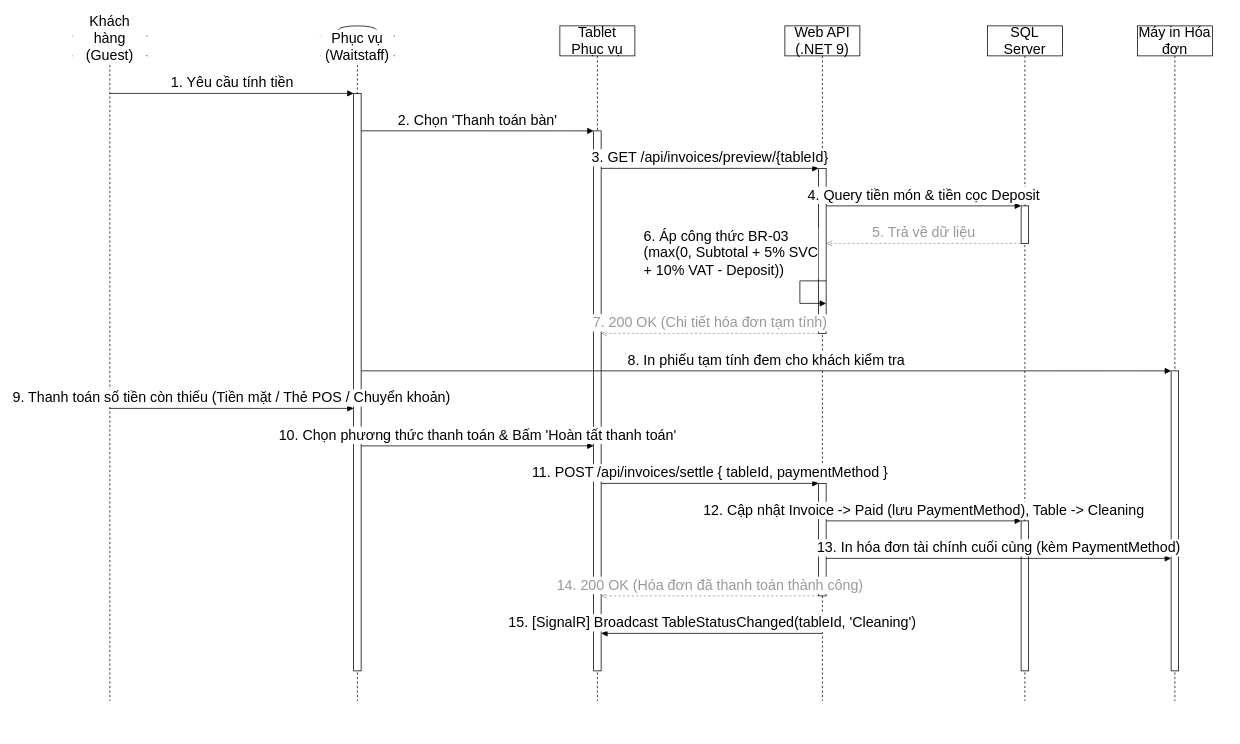
The draw.io diagram docs/phase1/drawio/sd04_invoice_settlement.drawio in AndrewQng/VinDining, before the edit. Source tidied: cells renumbered, new cells numbered last; positions are measured from the earlier drawing's top-left corner, leaving out a move shared by most shapes. Both pictures are drawn from the tidied source at 75%, with x=0, y=0 at pixel (72, 26).
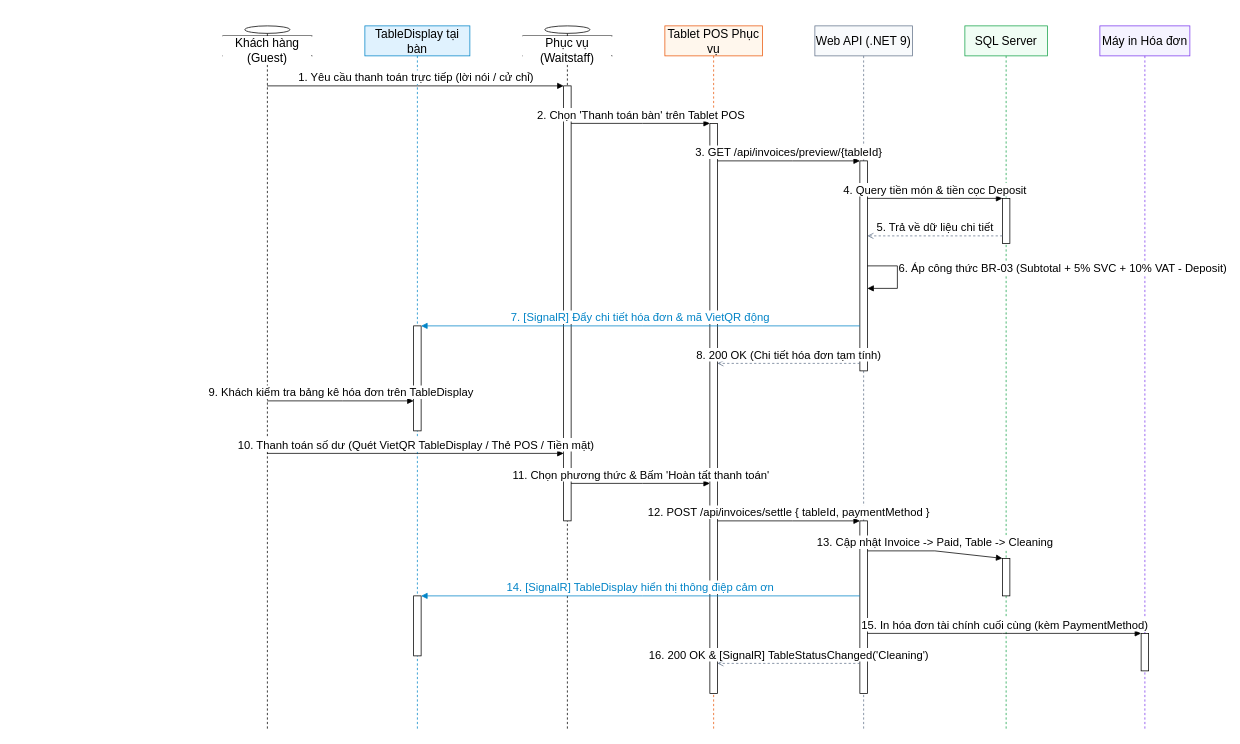
The same diagram, later.

What changed in the source:
```diff
@@
-    <mxCell id="2" value="Khách hàng (Guest)" style="shape=umlLifeline;perimeter=lifelinePerimeter;whiteSpace=wrap;html=1;outlineConnect=0;portConstraint=eastwest;size=40;participant=umlActor;verticalAlign=bottom;spacingBottom=-14;labelBackgroundColor=#ffffff;fontSize=19;" parent="1" vertex="1">
-      <mxGeometry width="100" height="900" as="geometry" />
+    <mxCell id="2" value="Khách hàng (Guest)" style="shape=umlLifeline;perimeter=lifelinePerimeter;whiteSpace=wrap;html=1;outlineConnect=0;portConstraint=eastwest;size=40;participant=umlActor;verticalAlign=bottom;spacingBottom=-14;labelBackgroundColor=#ffffff;fontSize=16;" parent="1" vertex="1">
+      <mxGeometry x="200" width="120" height="940" as="geometry" />
     </mxCell>
+    <mxCell id="30" value="TableDisplay tại bàn" style="shape=umlLifeline;perimeter=lifelinePerimeter;whiteSpace=wrap;html=1;size=40;fontSize=16;fillColor=#e0f2fe;strokeColor=#0284c7;" parent="1" vertex="1">
+      <mxGeometry x="390" width="140" height="940" as="geometry" />
+    </mxCell>
+    <mxCell id="31" style="html=1;points=[];perimeter=orthogonalPerimeter;outlineConnect=0;fillColor=#ffffff;fontSize=16;" parent="30" vertex="1">
+      <mxGeometry x="65" y="400" width="10" height="140" as="geometry" />
+    </mxCell>
+    <mxCell id="32" style="html=1;points=[];perimeter=orthogonalPerimeter;outlineConnect=0;fillColor=#ffffff;fontSize=16;" parent="30" vertex="1">
+      <mxGeometry x="65" y="760" width="10" height="80" as="geometry" />
+    </mxCell>
-    <mxCell id="3" value="Phục vụ (Waitstaff)" style="shape=umlLifeline;perimeter=lifelinePerimeter;whiteSpace=wrap;html=1;size=40;participant=umlActor;verticalAlign=bottom;spacingBottom=-14;labelBackgroundColor=#ffffff;fontSize=19;" parent="1" vertex="1">
-      <mxGeometry x="330" width="100" height="900" as="geometry" />
+    <mxCell id="3" value="Phục vụ (Waitstaff)" style="shape=umlLifeline;perimeter=lifelinePerimeter;whiteSpace=wrap;html=1;size=40;participant=umlActor;verticalAlign=bottom;spacingBottom=-14;labelBackgroundColor=#ffffff;fontSize=16;" parent="1" vertex="1">
+      <mxGeometry x="600" width="120" height="940" as="geometry" />
     </mxCell>
-    <mxCell id="4" style="html=1;points=[];perimeter=orthogonalPerimeter;outlineConnect=0;fillColor=#ffffff;fontSize=19;" parent="3" vertex="1">
-      <mxGeometry x="45" y="90" width="10" height="770" as="geometry" />
-    </mxCell>
+    <mxCell id="33" style="html=1;points=[];perimeter=orthogonalPerimeter;outlineConnect=0;fillColor=#ffffff;fontSize=16;" parent="3" vertex="1">
+      <mxGeometry x="55" y="80" width="10" height="580" as="geometry" />
+    </mxCell>
-    <mxCell id="5" value="Tablet Phục vụ" style="shape=umlLifeline;perimeter=lifelinePerimeter;whiteSpace=wrap;html=1;size=40;fontSize=19;" parent="1" vertex="1">
-      <mxGeometry x="650" width="100" height="900" as="geometry" />
+    <mxCell id="5" value="Tablet POS Phục vụ" style="shape=umlLifeline;perimeter=lifelinePerimeter;whiteSpace=wrap;html=1;size=40;fontSize=16;fillColor=#fff7ed;strokeColor=#ea580c;" parent="1" vertex="1">
+      <mxGeometry x="790" width="130" height="940" as="geometry" />
     </mxCell>
-    <mxCell id="6" style="html=1;points=[];perimeter=orthogonalPerimeter;outlineConnect=0;fillColor=#ffffff;fontSize=19;" parent="5" vertex="1">
-      <mxGeometry x="45" y="140" width="10" height="720" as="geometry" />
-    </mxCell>
+    <mxCell id="34" style="html=1;points=[];perimeter=orthogonalPerimeter;outlineConnect=0;fillColor=#ffffff;fontSize=16;" parent="5" vertex="1">
+      <mxGeometry x="60" y="130" width="10" height="760" as="geometry" />
+    </mxCell>
-    <mxCell id="7" value="Web API (.NET 9)" style="shape=umlLifeline;perimeter=lifelinePerimeter;whiteSpace=wrap;html=1;outlineConnect=0;portConstraint=eastwest;size=40;fontSize=19;" parent="1" vertex="1">
-      <mxGeometry x="950" width="100" height="900" as="geometry" />
+    <mxCell id="7" value="Web API (.NET 9)" style="shape=umlLifeline;perimeter=lifelinePerimeter;whiteSpace=wrap;html=1;outlineConnect=0;portConstraint=eastwest;size=40;fontSize=16;fillColor=#f8fafc;strokeColor=#64748b;" parent="1" vertex="1">
+      <mxGeometry x="990" width="130" height="940" as="geometry" />
     </mxCell>
-    <mxCell id="8" style="html=1;points=[];perimeter=orthogonalPerimeter;outlineConnect=0;fillColor=#ffffff;fontSize=19;" parent="7" vertex="1">
-      <mxGeometry x="45" y="190" width="10" height="220" as="geometry" />
-    </mxCell>
-    <mxCell id="9" style="html=1;points=[];perimeter=orthogonalPerimeter;outlineConnect=0;fillColor=#ffffff;fontSize=19;" parent="7" vertex="1">
-      <mxGeometry x="45" y="610" width="10" height="150" as="geometry" />
-    </mxCell>
+    <mxCell id="35" style="html=1;points=[];perimeter=orthogonalPerimeter;outlineConnect=0;fillColor=#ffffff;fontSize=16;" parent="7" vertex="1">
+      <mxGeometry x="60" y="180" width="10" height="280" as="geometry" />
+    </mxCell>
+    <mxCell id="36" style="html=1;points=[];perimeter=orthogonalPerimeter;outlineConnect=0;fillColor=#ffffff;fontSize=16;" parent="7" vertex="1">
+      <mxGeometry x="60" y="660" width="10" height="230" as="geometry" />
+    </mxCell>
-    <mxCell id="10" value="SQL Server" style="shape=umlLifeline;perimeter=lifelinePerimeter;whiteSpace=wrap;html=1;size=40;fontSize=19;" parent="1" vertex="1">
-      <mxGeometry x="1220" width="100" height="900" as="geometry" />
+    <mxCell id="10" value="SQL Server" style="shape=umlLifeline;perimeter=lifelinePerimeter;whiteSpace=wrap;html=1;size=40;fontSize=16;fillColor=#f0fdf4;strokeColor=#16a34a;" parent="1" vertex="1">
+      <mxGeometry x="1190" width="110" height="940" as="geometry" />
     </mxCell>
-    <mxCell id="11" style="html=1;points=[];perimeter=orthogonalPerimeter;outlineConnect=0;fillColor=#ffffff;fontSize=19;" parent="10" vertex="1">
-      <mxGeometry x="45" y="240" width="10" height="50" as="geometry" />
-    </mxCell>
-    <mxCell id="12" style="html=1;points=[];perimeter=orthogonalPerimeter;outlineConnect=0;fillColor=#ffffff;fontSize=19;" parent="10" vertex="1">
-      <mxGeometry x="45" y="660" width="10" height="200" as="geometry" />
-    </mxCell>
+    <mxCell id="37" style="html=1;points=[];perimeter=orthogonalPerimeter;outlineConnect=0;fillColor=#ffffff;fontSize=16;" parent="10" vertex="1">
+      <mxGeometry x="50" y="230" width="10" height="60" as="geometry" />
+    </mxCell>
+    <mxCell id="38" style="html=1;points=[];perimeter=orthogonalPerimeter;outlineConnect=0;fillColor=#ffffff;fontSize=16;" parent="10" vertex="1">
+      <mxGeometry x="50" y="710" width="10" height="50" as="geometry" />
+    </mxCell>
-    <mxCell id="13" value="Máy in Hóa đơn" style="shape=umlLifeline;perimeter=lifelinePerimeter;whiteSpace=wrap;html=1;size=40;fontSize=19;" parent="1" vertex="1">
-      <mxGeometry x="1420" width="100" height="900" as="geometry" />
+    <mxCell id="13" value="Máy in Hóa đơn" style="shape=umlLifeline;perimeter=lifelinePerimeter;whiteSpace=wrap;html=1;size=40;fontSize=16;fillColor=#f5f3ff;strokeColor=#7c3aed;" parent="1" vertex="1">
+      <mxGeometry x="1370" width="120" height="940" as="geometry" />
     </mxCell>
-    <mxCell id="14" style="html=1;points=[];perimeter=orthogonalPerimeter;outlineConnect=0;fillColor=#ffffff;fontSize=19;" parent="13" vertex="1">
-      <mxGeometry x="45" y="460" width="10" height="400" as="geometry" />
-    </mxCell>
+    <mxCell id="39" style="html=1;points=[];perimeter=orthogonalPerimeter;outlineConnect=0;fillColor=#ffffff;fontSize=16;" parent="13" vertex="1">
+      <mxGeometry x="55" y="810" width="10" height="50" as="geometry" />
+    </mxCell>
-    <mxCell id="15" value="1. Yêu cầu tính tiền" style="html=1;verticalAlign=bottom;endArrow=block;curved=0;rounded=0;exitX=0.5;exitY=0.1;entryX=0;entryY=0.0;fontSize=19;" parent="1" edge="1" source="2" target="4">
-      <mxGeometry relative="1" as="geometry" />
+    <mxCell id="15" value="1. Yêu cầu thanh toán trực tiếp (lời nói / cử chỉ)" style="html=1;verticalAlign=bottom;endArrow=block;curved=0;rounded=0;fontSize=15;" parent="1" edge="1" source="2" target="33">
+      <mxGeometry relative="1" as="geometry">
+        <Array as="points">
+          <mxPoint x="460" y="80" />
+        </Array>
+      </mxGeometry>
     </mxCell>
-    <mxCell id="16" value="2. Chọn 'Thanh toán bàn'" style="html=1;verticalAlign=bottom;endArrow=block;curved=0;rounded=0;exitX=1;exitY=0.0649;entryX=0;entryY=0.0;fontSize=19;" parent="1" edge="1" source="4" target="6">
-      <mxGeometry relative="1" as="geometry" />
+    <mxCell id="16" value="2. Chọn 'Thanh toán bàn' trên Tablet POS" style="html=1;verticalAlign=bottom;endArrow=block;curved=0;rounded=0;fontSize=15;" parent="1" edge="1" source="33" target="34">
+      <mxGeometry relative="1" as="geometry">
+        <Array as="points">
+          <mxPoint x="760" y="130" />
+        </Array>
+      </mxGeometry>
     </mxCell>
-    <mxCell id="17" value="3. GET /api/invoices/preview/{tableId}" style="html=1;verticalAlign=bottom;endArrow=block;curved=0;rounded=0;exitX=1;exitY=0.0694;entryX=0;entryY=0.0;fontSize=19;" parent="1" edge="1" source="6" target="8">
-      <mxGeometry relative="1" as="geometry" />
+    <mxCell id="17" value="3. GET /api/invoices/preview/{tableId}" style="html=1;verticalAlign=bottom;endArrow=block;curved=0;rounded=0;fontSize=15;" parent="1" edge="1" source="34" target="35">
+      <mxGeometry relative="1" as="geometry">
+        <Array as="points">
+          <mxPoint x="960" y="180" />
+        </Array>
+      </mxGeometry>
     </mxCell>
-    <mxCell id="18" value="4. Query tiền món &amp;amp; tiền cọc Deposit" style="html=1;verticalAlign=bottom;endArrow=block;curved=0;rounded=0;exitX=1;exitY=0.2273;entryX=0;entryY=0.0;fontSize=19;" parent="1" edge="1" source="8" target="11">
-      <mxGeometry relative="1" as="geometry" />
+    <mxCell id="18" value="4. Query tiền món &amp;amp; tiền cọc Deposit" style="html=1;verticalAlign=bottom;endArrow=block;curved=0;rounded=0;fontSize=15;" parent="1" edge="1" source="35" target="37">
+      <mxGeometry relative="1" as="geometry">
+        <Array as="points">
+          <mxPoint x="1150" y="230" />
+        </Array>
+      </mxGeometry>
     </mxCell>
-    <mxCell id="19" value="5. Trả về dữ liệu" style="html=1;verticalAlign=bottom;endArrow=open;dashed=1;curved=0;rounded=0;strokeColor=#999999;fontColor=#999999;exitX=0;exitY=1.0;entryX=1;entryY=0.4545;fontSize=19;" parent="1" edge="1" source="11" target="8">
-      <mxGeometry relative="1" as="geometry" />
+    <mxCell id="19" value="5. Trả về dữ liệu chi tiết" style="html=1;verticalAlign=bottom;endArrow=open;dashed=1;curved=0;rounded=0;strokeColor=#64748b;fontSize=15;" parent="1" edge="1" source="37" target="35">
+      <mxGeometry relative="1" as="geometry">
+        <Array as="points">
+          <mxPoint x="1150" y="280" />
+        </Array>
+      </mxGeometry>
     </mxCell>
-    <mxCell id="20" value="6. Áp công thức BR-03&amp;nbsp;&lt;div&gt;(max(0, Subtotal + 5% SVC&lt;/div&gt;&lt;div&gt;+ 10% VAT - Deposit))&lt;/div&gt;" style="html=1;verticalAlign=bottom;endArrow=block;curved=0;rounded=0;exitX=1;exitY=0.6818;entryX=1;entryY=0.8182;fontSize=19;align=left;" parent="1" edge="1" source="8" target="8">
-      <mxGeometry x="-0.3" y="-210" relative="1" as="geometry">
+    <mxCell id="20" value="6. Áp công thức BR-03 (Subtotal + 5% SVC + 10% VAT - Deposit)" style="html=1;verticalAlign=bottom;endArrow=block;curved=0;rounded=0;fontSize=15;align=left;" parent="1" edge="1" source="35" target="35">
+      <mxGeometry relative="1" as="geometry">
         <Array as="points">
-          <mxPoint x="970" y="340" />
-          <mxPoint x="970" y="370" />
+          <mxPoint x="1100" y="320" />
+          <mxPoint x="1100" y="350" />
         </Array>
       </mxGeometry>
     </mxCell>
-    <mxCell id="21" value="7. 200 OK (Chi tiết hóa đơn tạm tính)" style="html=1;verticalAlign=bottom;endArrow=open;dashed=1;curved=0;rounded=0;strokeColor=#999999;fontColor=#999999;exitX=0;exitY=1.0;entryX=1;entryY=0.375;fontSize=19;" parent="1" edge="1" source="8" target="6">
-      <mxGeometry relative="1" as="geometry" />
+    <mxCell id="21" value="7. [SignalR] Đẩy chi tiết hóa đơn &amp;amp; mã VietQR động" style="html=1;verticalAlign=bottom;endArrow=block;curved=0;rounded=0;strokeColor=#0284c7;fontColor=#0284c7;fontSize=15;" parent="1" edge="1" source="35" target="31">
+      <mxGeometry relative="1" as="geometry">
+        <Array as="points">
+          <mxPoint x="760" y="400" />
+        </Array>
+      </mxGeometry>
     </mxCell>
-    <mxCell id="22" value="8. In phiếu tạm tính đem cho khách kiểm tra" style="html=1;verticalAlign=bottom;endArrow=block;curved=0;rounded=0;exitX=1;exitY=0.4805;entryX=0;entryY=0.0;fontSize=19;" parent="1" edge="1" source="4" target="14">
-      <mxGeometry relative="1" as="geometry" />
+    <mxCell id="22" value="8. 200 OK (Chi tiết hóa đơn tạm tính)" style="html=1;verticalAlign=bottom;endArrow=open;dashed=1;curved=0;rounded=0;strokeColor=#64748b;fontSize=15;" parent="1" edge="1" source="35" target="34">
+      <mxGeometry relative="1" as="geometry">
+        <Array as="points">
+          <mxPoint x="960" y="450" />
+        </Array>
+      </mxGeometry>
     </mxCell>
-    <mxCell id="23" value="9. Thanh toán số tiền còn thiếu (Tiền mặt / Thẻ POS / Chuyển khoản)" style="html=1;verticalAlign=bottom;endArrow=block;curved=0;rounded=0;exitX=0.5;exitY=0.5667;entryX=0;entryY=0.5455;fontSize=19;" parent="1" edge="1" source="2" target="4">
-      <mxGeometry relative="1" as="geometry" />
+    <mxCell id="23" value="9. Khách kiểm tra bảng kê hóa đơn trên TableDisplay" style="html=1;verticalAlign=bottom;endArrow=block;curved=0;rounded=0;fontSize=15;" parent="1" edge="1" source="2" target="31">
+      <mxGeometry relative="1" as="geometry">
+        <Array as="points">
+          <mxPoint x="360" y="500" />
+        </Array>
+      </mxGeometry>
     </mxCell>
-    <mxCell id="24" value="10. Chọn phương thức thanh toán &amp;amp; Bấm 'Hoàn tất thanh toán'" style="html=1;verticalAlign=bottom;endArrow=block;curved=0;rounded=0;exitX=1;exitY=0.6104;entryX=0;entryY=0.5833;fontSize=19;" parent="1" edge="1" source="4" target="6">
-      <mxGeometry relative="1" as="geometry" />
+    <mxCell id="24" value="10. Thanh toán số dư (Quét VietQR TableDisplay / Thẻ POS / Tiền mặt)" style="html=1;verticalAlign=bottom;endArrow=block;curved=0;rounded=0;fontSize=15;" parent="1" edge="1" source="2" target="33">
+      <mxGeometry relative="1" as="geometry">
+        <Array as="points">
+          <mxPoint x="460" y="570" />
+        </Array>
+      </mxGeometry>
     </mxCell>
-    <mxCell id="25" value="11. POST /api/invoices/settle { tableId, paymentMethod }" style="html=1;verticalAlign=bottom;endArrow=block;curved=0;rounded=0;exitX=1;exitY=0.6528;entryX=0;entryY=0.0;fontSize=19;" parent="1" edge="1" source="6" target="9">
-      <mxGeometry relative="1" as="geometry" />
+    <mxCell id="25" value="11. Chọn phương thức &amp;amp; Bấm 'Hoàn tất thanh toán'" style="html=1;verticalAlign=bottom;endArrow=block;curved=0;rounded=0;fontSize=15;" parent="1" edge="1" source="33" target="34">
+      <mxGeometry relative="1" as="geometry">
+        <Array as="points">
+          <mxPoint x="760" y="610" />
+        </Array>
+      </mxGeometry>
     </mxCell>
-    <mxCell id="26" value="12. Cập nhật Invoice -&amp;gt; Paid (lưu PaymentMethod), Table -&amp;gt; Cleaning" style="html=1;verticalAlign=bottom;endArrow=block;curved=0;rounded=0;exitX=1;exitY=0.3333;entryX=0;entryY=0.0;fontSize=19;" parent="1" edge="1" source="9" target="12">
-      <mxGeometry relative="1" as="geometry" />
+    <mxCell id="26" value="12. POST /api/invoices/settle { tableId, paymentMethod }" style="html=1;verticalAlign=bottom;endArrow=block;curved=0;rounded=0;fontSize=15;" parent="1" edge="1" source="34" target="36">
+      <mxGeometry relative="1" as="geometry">
+        <Array as="points">
+          <mxPoint x="960" y="660" />
+        </Array>
+      </mxGeometry>
     </mxCell>
-    <mxCell id="27" value="13. In hóa đơn tài chính cuối cùng (kèm PaymentMethod)" style="html=1;verticalAlign=bottom;endArrow=block;curved=0;rounded=0;exitX=1;exitY=0.6667;entryX=0;entryY=0.625;fontSize=19;" parent="1" edge="1" source="9" target="14">
-      <mxGeometry relative="1" as="geometry" />
+    <mxCell id="27" value="13. Cập nhật Invoice -&gt; Paid, Table -&gt; Cleaning" style="html=1;verticalAlign=bottom;endArrow=block;curved=0;rounded=0;fontSize=15;" parent="1" edge="1" source="36" target="38">
+      <mxGeometry relative="1" as="geometry">
+        <Array as="points">
+          <mxPoint x="1150" y="700" />
+        </Array>
+      </mxGeometry>
     </mxCell>
-    <mxCell id="28" value="14. 200 OK (Hóa đơn đã thanh toán thành công)" style="html=1;verticalAlign=bottom;endArrow=open;dashed=1;curved=0;rounded=0;strokeColor=#999999;fontColor=#999999;exitX=0;exitY=1.0;entryX=1;entryY=0.8611;fontSize=19;" parent="1" edge="1" source="9" target="6">
-      <mxGeometry relative="1" as="geometry" />
+    <mxCell id="28" value="14. [SignalR] TableDisplay hiển thị thông điệp cảm ơn" style="html=1;verticalAlign=bottom;endArrow=block;curved=0;rounded=0;strokeColor=#0284c7;fontColor=#0284c7;fontSize=15;" parent="1" edge="1" source="36" target="32">
+      <mxGeometry relative="1" as="geometry">
+        <Array as="points">
+          <mxPoint x="760" y="760" />
+        </Array>
+      </mxGeometry>
     </mxCell>
-    <mxCell id="29" value="15. [SignalR] Broadcast TableStatusChanged(tableId, 'Cleaning')" style="html=1;verticalAlign=bottom;endArrow=block;curved=0;rounded=0;exitX=0.5;exitY=0.9;entryX=1;entryY=0.9306;fontSize=19;" parent="1" edge="1" source="7" target="6">
-      <mxGeometry relative="1" as="geometry" />
+    <mxCell id="29" value="15. In hóa đơn tài chính cuối cùng (kèm PaymentMethod)" style="html=1;verticalAlign=bottom;endArrow=block;curved=0;rounded=0;fontSize=15;" parent="1" edge="1" source="36" target="39">
+      <mxGeometry relative="1" as="geometry">
+        <Array as="points">
+          <mxPoint x="1240" y="810" />
+        </Array>
+      </mxGeometry>
     </mxCell>
+    <mxCell id="40" value="16. 200 OK &amp;amp; [SignalR] TableStatusChanged('Cleaning')" style="html=1;verticalAlign=bottom;endArrow=open;dashed=1;curved=0;rounded=0;strokeColor=#64748b;fontSize=15;" parent="1" edge="1" source="36" target="34">
+      <mxGeometry relative="1" as="geometry">
+        <Array as="points">
+          <mxPoint x="960" y="850" />
+        </Array>
+      </mxGeometry>
+    </mxCell>
```
